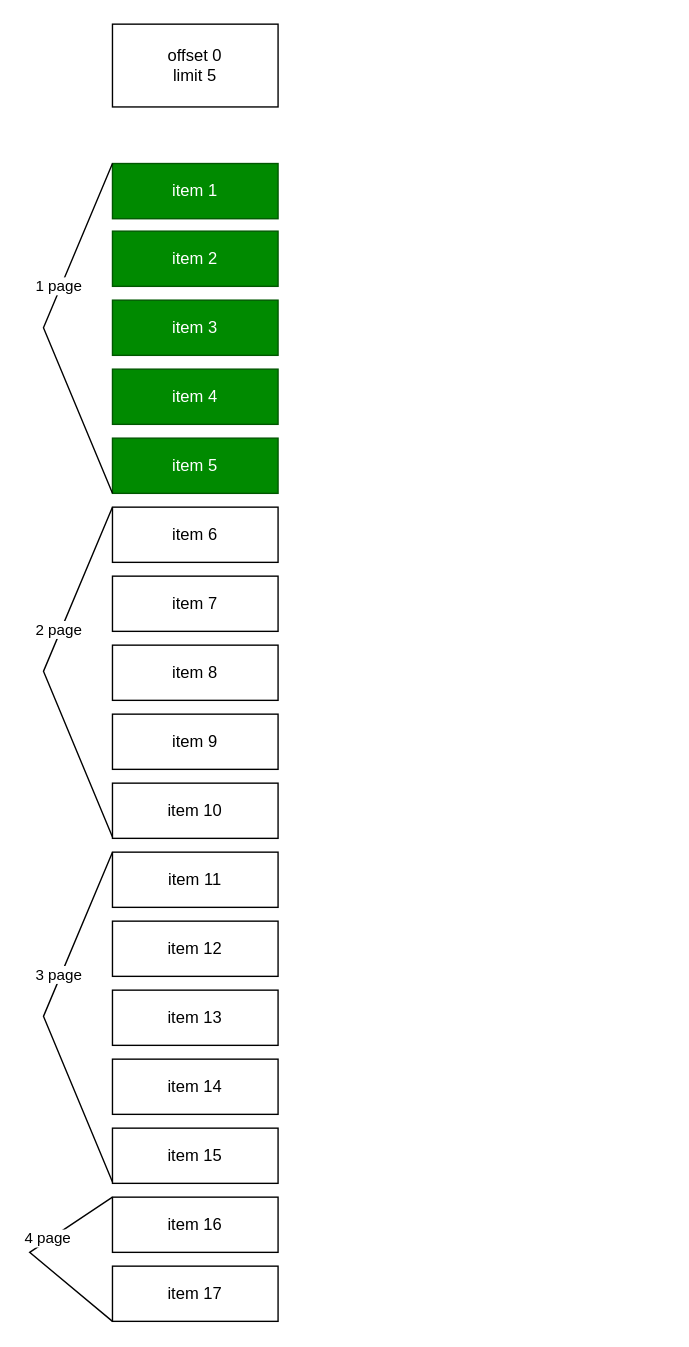
Earlier version of the draw.io diagram постраничный вывод вещей.drawio (KmvRoman/Diagrams). Source tidied: cells renumbered, new cells numbered last; positions are measured from the earlier drawing's top-left corner, leaving out a move shared by most shapes. Both pictures are drawn from the tidied source at 138%, with x=0, y=0 at pixel (29, 23).
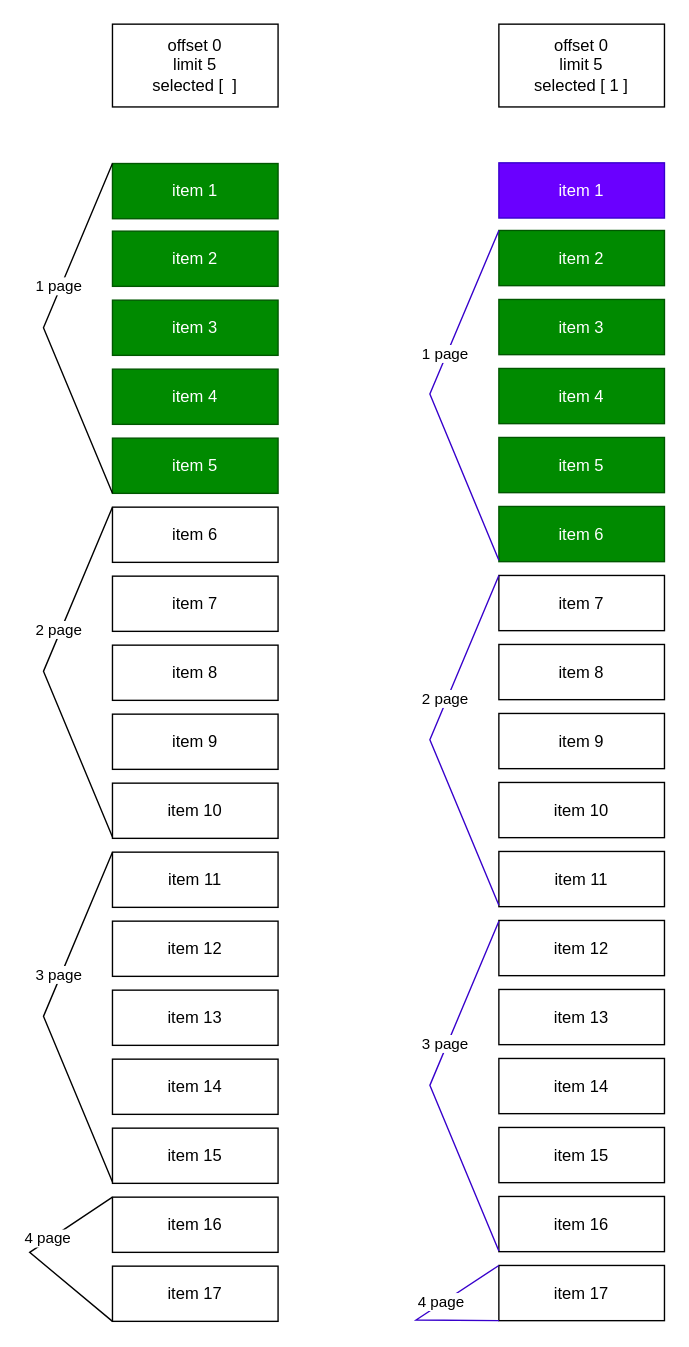
The same diagram, later.

Diff of the diagram source:
```diff
@@
-    <mxCell id="27" value="offset 0&lt;br&gt;limit 5" style="rounded=0;whiteSpace=wrap;html=1;" parent="1" vertex="1">
+    <mxCell id="27" value="offset 0&lt;br&gt;limit 5&lt;br&gt;selected [&amp;nbsp; ]" style="rounded=0;whiteSpace=wrap;html=1;" parent="1" vertex="1">
       <mxGeometry x="60" width="120" height="60" as="geometry" />
     </mxCell>
+    <mxCell id="28" value="offset 0&lt;br&gt;limit 5&lt;br&gt;selected [ 1 ]" style="rounded=0;whiteSpace=wrap;html=1;" parent="1" vertex="1">
+      <mxGeometry x="340" width="120" height="60" as="geometry" />
+    </mxCell>
+    <mxCell id="29" value="item 1" style="rounded=0;whiteSpace=wrap;html=1;fillColor=#6a00ff;fontColor=#ffffff;strokeColor=#3700CC;" parent="1" vertex="1">
+      <mxGeometry x="340" y="100.5" width="120" height="40" as="geometry" />
+    </mxCell>
+    <mxCell id="30" value="item 2" style="rounded=0;whiteSpace=wrap;html=1;fillColor=#008a00;fontColor=#ffffff;strokeColor=#005700;" parent="1" vertex="1">
+      <mxGeometry x="340" y="149.5" width="120" height="40" as="geometry" />
+    </mxCell>
+    <mxCell id="31" value="item 5" style="rounded=0;whiteSpace=wrap;html=1;fillColor=#008a00;fontColor=#ffffff;strokeColor=#005700;" parent="1" vertex="1">
+      <mxGeometry x="340" y="299.5" width="120" height="40" as="geometry" />
+    </mxCell>
+    <mxCell id="32" value="item 3" style="rounded=0;whiteSpace=wrap;html=1;fillColor=#008a00;fontColor=#ffffff;strokeColor=#005700;" parent="1" vertex="1">
+      <mxGeometry x="340" y="199.5" width="120" height="40" as="geometry" />
+    </mxCell>
+    <mxCell id="33" value="item 4" style="rounded=0;whiteSpace=wrap;html=1;fillColor=#008a00;fontColor=#ffffff;strokeColor=#005700;" parent="1" vertex="1">
+      <mxGeometry x="340" y="249.5" width="120" height="40" as="geometry" />
+    </mxCell>
+    <mxCell id="34" value="item 6" style="rounded=0;whiteSpace=wrap;html=1;fillColor=#008a00;fontColor=#ffffff;strokeColor=#005700;" parent="1" vertex="1">
+      <mxGeometry x="340" y="349.5" width="120" height="40" as="geometry" />
+    </mxCell>
+    <mxCell id="35" value="item 7" style="rounded=0;whiteSpace=wrap;html=1;" parent="1" vertex="1">
+      <mxGeometry x="340" y="399.5" width="120" height="40" as="geometry" />
+    </mxCell>
+    <mxCell id="36" value="item 8" style="rounded=0;whiteSpace=wrap;html=1;" parent="1" vertex="1">
+      <mxGeometry x="340" y="449.5" width="120" height="40" as="geometry" />
+    </mxCell>
+    <mxCell id="37" value="item 9" style="rounded=0;whiteSpace=wrap;html=1;" parent="1" vertex="1">
+      <mxGeometry x="340" y="499.5" width="120" height="40" as="geometry" />
+    </mxCell>
+    <mxCell id="38" value="item 10" style="rounded=0;whiteSpace=wrap;html=1;" parent="1" vertex="1">
+      <mxGeometry x="340" y="549.5" width="120" height="40" as="geometry" />
+    </mxCell>
+    <mxCell id="39" value="item 11" style="rounded=0;whiteSpace=wrap;html=1;" parent="1" vertex="1">
+      <mxGeometry x="340" y="599.5" width="120" height="40" as="geometry" />
+    </mxCell>
+    <mxCell id="40" value="item 12" style="rounded=0;whiteSpace=wrap;html=1;" parent="1" vertex="1">
+      <mxGeometry x="340" y="649.5" width="120" height="40" as="geometry" />
+    </mxCell>
+    <mxCell id="41" value="item 14" style="rounded=0;whiteSpace=wrap;html=1;" parent="1" vertex="1">
+      <mxGeometry x="340" y="749.5" width="120" height="40" as="geometry" />
+    </mxCell>
+    <mxCell id="42" value="item 13" style="rounded=0;whiteSpace=wrap;html=1;" parent="1" vertex="1">
+      <mxGeometry x="340" y="699.5" width="120" height="40" as="geometry" />
+    </mxCell>
+    <mxCell id="43" value="item 15" style="rounded=0;whiteSpace=wrap;html=1;" parent="1" vertex="1">
+      <mxGeometry x="340" y="799.5" width="120" height="40" as="geometry" />
+    </mxCell>
+    <mxCell id="44" value="item 16" style="rounded=0;whiteSpace=wrap;html=1;" parent="1" vertex="1">
+      <mxGeometry x="340" y="849.5" width="120" height="40" as="geometry" />
+    </mxCell>
+    <mxCell id="45" value="item 17" style="rounded=0;whiteSpace=wrap;html=1;" parent="1" vertex="1">
+      <mxGeometry x="340" y="899.5" width="120" height="40" as="geometry" />
+    </mxCell>
+    <mxCell id="46" style="endArrow=none;html=1;rounded=0;exitX=0;exitY=1;exitDx=0;exitDy=0;entryX=0;entryY=0;entryDx=0;entryDy=0;fillColor=#6a00ff;strokeColor=#3700CC;" parent="1" edge="1">
+      <mxGeometry relative="1" as="geometry">
+        <mxPoint x="340" y="388.5" as="sourcePoint" />
+        <mxPoint x="340" y="149.5" as="targetPoint" />
+        <Array as="points">
+          <mxPoint x="290" y="268" />
+        </Array>
+      </mxGeometry>
+    </mxCell>
+    <mxCell id="47" value="1 page" style="edgeLabel;html=1;align=center;verticalAlign=middle;" parent="46" vertex="1">
+      <mxGeometry x="0.25" y="2" relative="1" as="geometry" />
+    </mxCell>
+    <mxCell id="48" style="endArrow=none;html=1;rounded=0;exitX=0;exitY=1;exitDx=0;exitDy=0;entryX=0;entryY=0;entryDx=0;entryDy=0;fillColor=#6a00ff;strokeColor=#3700CC;" parent="1" edge="1">
+      <mxGeometry relative="1" as="geometry">
+        <mxPoint x="340" y="638.5" as="sourcePoint" />
+        <mxPoint x="340" y="399.5" as="targetPoint" />
+        <Array as="points">
+          <mxPoint x="290" y="518.5" />
+        </Array>
+      </mxGeometry>
+    </mxCell>
+    <mxCell id="49" value="2 page" style="edgeLabel;html=1;align=center;verticalAlign=middle;" parent="48" vertex="1">
+      <mxGeometry x="0.25" y="2" relative="1" as="geometry" />
+    </mxCell>
+    <mxCell id="50" style="endArrow=none;html=1;rounded=0;exitX=0;exitY=1;exitDx=0;exitDy=0;entryX=0;entryY=0;entryDx=0;entryDy=0;fillColor=#6a00ff;strokeColor=#3700CC;" parent="1" edge="1">
+      <mxGeometry relative="1" as="geometry">
+        <mxPoint x="340" y="889" as="sourcePoint" />
+        <mxPoint x="340" y="650" as="targetPoint" />
+        <Array as="points">
+          <mxPoint x="290" y="769" />
+        </Array>
+      </mxGeometry>
+    </mxCell>
+    <mxCell id="51" value="3 page" style="edgeLabel;html=1;align=center;verticalAlign=middle;" parent="50" vertex="1">
+      <mxGeometry x="0.25" y="2" relative="1" as="geometry" />
+    </mxCell>
+    <mxCell id="52" style="endArrow=none;html=1;rounded=0;exitX=0;exitY=1;exitDx=0;exitDy=0;entryX=0;entryY=0;entryDx=0;entryDy=0;fillColor=#6a00ff;strokeColor=#3700CC;" parent="1" edge="1" source="45">
+      <mxGeometry relative="1" as="geometry">
+        <mxPoint x="340" y="899.5" as="targetPoint" />
+        <Array as="points">
+          <mxPoint x="280" y="939" />
+        </Array>
+      </mxGeometry>
+    </mxCell>
+    <mxCell id="53" value="4 page" style="edgeLabel;html=1;align=center;verticalAlign=middle;" parent="52" vertex="1">
+      <mxGeometry x="0.25" y="2" relative="1" as="geometry" />
+    </mxCell>
```
